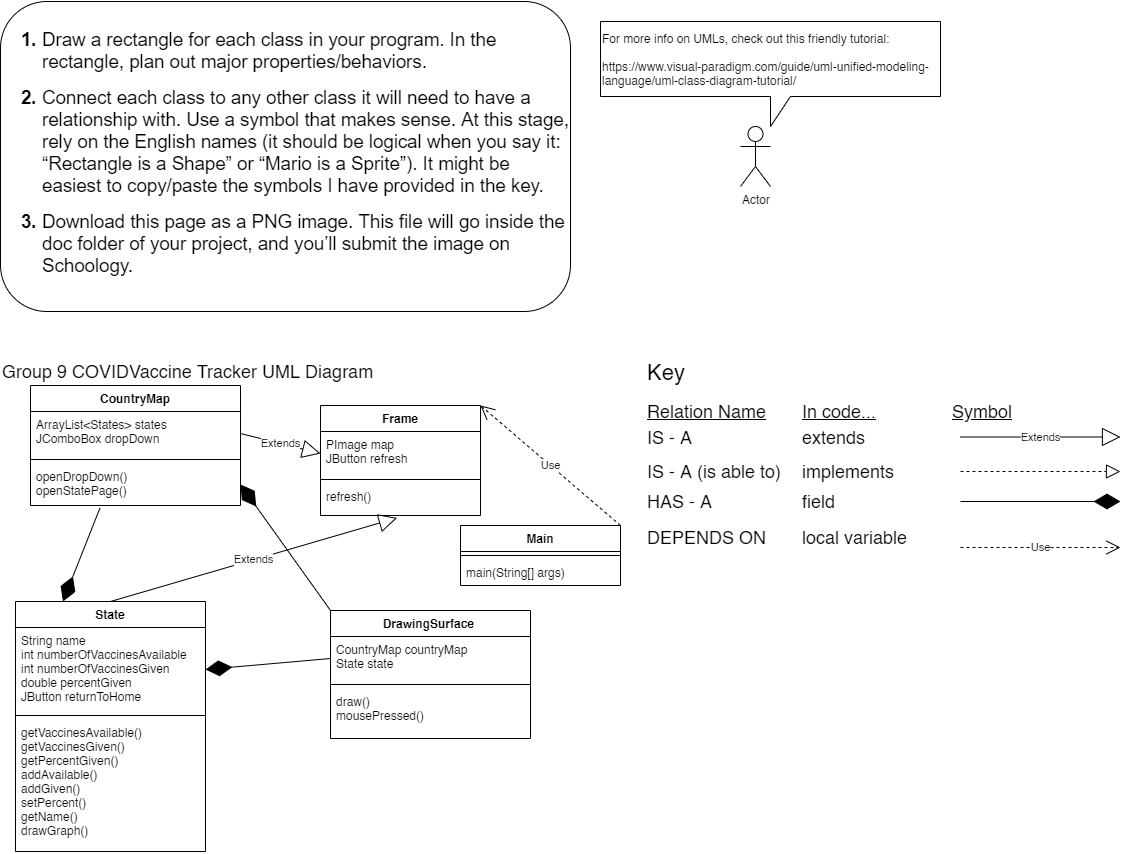
The draw.io diagram CapstoneCOVIDVaccineTrackerProject/doc/UML.png in HHSAPCompSci2020/capstone-project-group-9-nsr, before a commit. Source tidied: cells renumbered, new cells last; positions are measured from the earlier drawing's top-left corner, leaving out a move shared by most shapes.
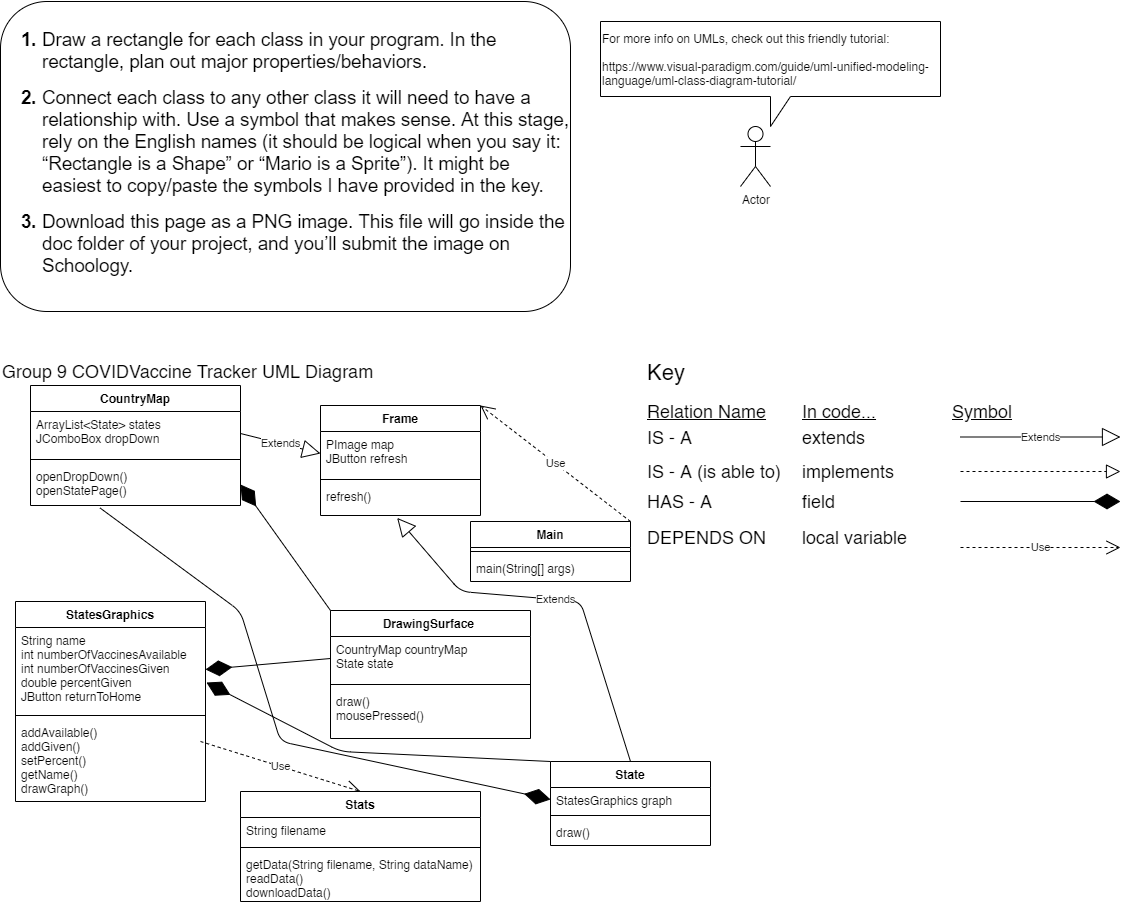
After the commit.

Commit message:
updated uml and state class

Diff of the diagram source:
```diff
@@ -74,7 +74,7 @@
     <mxCell id="22" value="CountryMap" style="swimlane;fontStyle=1;align=center;verticalAlign=top;horizontal=1;startSize=26;" parent="1" vertex="1">
       <mxGeometry x="30" y="384" width="210" height="120" as="geometry" />
     </mxCell>
-    <mxCell id="23" value="ArrayList&lt;States&gt; states&#10;JComboBox dropDown" style="text;strokeColor=none;fillColor=none;align=left;verticalAlign=top;spacingLeft=4;spacingRight=4;overflow=hidden;points=[[0,0.5],[1,0.5]];portConstraint=eastwest;" parent="22" vertex="1">
+    <mxCell id="23" value="ArrayList&lt;State&gt; states&#10;JComboBox dropDown" style="text;strokeColor=none;fillColor=none;align=left;verticalAlign=top;spacingLeft=4;spacingRight=4;overflow=hidden;points=[[0,0.5],[1,0.5]];portConstraint=eastwest;" parent="22" vertex="1">
       <mxGeometry y="26" width="210" height="44" as="geometry" />
     </mxCell>
     <mxCell id="24" style="line;strokeWidth=1;fillColor=none;align=left;verticalAlign=middle;spacingTop=-1;spacingLeft=3;spacingRight=3;labelPosition=right;" parent="22" vertex="1">
@@ -95,8 +95,8 @@
     <mxCell id="29" value="refresh()&#10;" style="text;strokeColor=none;fillColor=none;align=left;verticalAlign=top;spacingLeft=4;spacingRight=4;overflow=hidden;points=[[0,0.5],[1,0.5]];portConstraint=eastwest;" parent="26" vertex="1">
       <mxGeometry y="78" width="160" height="32" as="geometry" />
     </mxCell>
-    <mxCell id="30" value="State" style="swimlane;fontStyle=1;align=center;verticalAlign=top;horizontal=1;startSize=26;" parent="1" vertex="1">
-      <mxGeometry x="15" y="600" width="190" height="250" as="geometry" />
+    <mxCell id="30" value="StatesGraphics" style="swimlane;fontStyle=1;align=center;verticalAlign=top;horizontal=1;startSize=26;" parent="1" vertex="1">
+      <mxGeometry x="15" y="600" width="190" height="200" as="geometry" />
     </mxCell>
     <mxCell id="31" value="String name&#10;int numberOfVaccinesAvailable&#10;int numberOfVaccinesGiven&#10;double percentGiven&#10;JButton returnToHome" style="text;strokeColor=none;fillColor=none;align=left;verticalAlign=top;spacingLeft=4;spacingRight=4;overflow=hidden;points=[[0,0.5],[1,0.5]];portConstraint=eastwest;" parent="30" vertex="1">
       <mxGeometry y="26" width="190" height="84" as="geometry" />
@@ -104,14 +104,24 @@
     <mxCell id="32" style="line;strokeWidth=1;fillColor=none;align=left;verticalAlign=middle;spacingTop=-1;spacingLeft=3;spacingRight=3;labelPosition=right;" parent="30" vertex="1">
       <mxGeometry y="110" width="190" height="8" as="geometry" />
     </mxCell>
+    <mxCell id="47" value="Use" style="endArrow=open;endSize=12;dashed=1;html=1;entryX=0.5;entryY=0;entryDx=0;entryDy=0;" parent="30" edge="1" target="48">
+      <mxGeometry relative="1" as="geometry">
+        <mxPoint x="185" y="140" as="sourcePoint" />
+      </mxGeometry>
+    </mxCell>
-    <mxCell id="33" value="getVaccinesAvailable()&#10;getVaccinesGiven()&#10;getPercentGiven()&#10;addAvailable()&#10;addGiven()&#10;setPercent()&#10;getName()&#10;drawGraph()&#10;" style="text;strokeColor=none;fillColor=none;align=left;verticalAlign=top;spacingLeft=4;spacingRight=4;overflow=hidden;" parent="30" vertex="1">
-      <mxGeometry y="118" width="190" height="132" as="geometry" />
+    <mxCell id="33" value="addAvailable()&#10;addGiven()&#10;setPercent()&#10;getName()&#10;drawGraph()&#10;" style="text;strokeColor=none;fillColor=none;align=left;verticalAlign=top;spacingLeft=4;spacingRight=4;overflow=hidden;" parent="30" vertex="1">
+      <mxGeometry y="118" width="190" height="82" as="geometry" />
     </mxCell>
-    <mxCell id="34" style="endArrow=diamondThin;endFill=1;endSize=24;html=1;exitX=0.331;exitY=1.058;exitDx=0;exitDy=0;entryX=0.25;entryY=0;entryDx=0;entryDy=0;exitPerimeter=0;" parent="1" edge="1" source="25" target="30">
-      <mxGeometry relative="1" as="geometry" />
+    <mxCell id="34" style="endArrow=diamondThin;endFill=1;endSize=24;html=1;exitX=0.331;exitY=1.058;exitDx=0;exitDy=0;exitPerimeter=0;entryX=0;entryY=0.5;entryDx=0;entryDy=0;" parent="1" edge="1" source="25" target="53">
+      <mxGeometry relative="1" as="geometry">
+        <Array as="points">
+          <mxPoint x="240" y="610" />
+          <mxPoint x="280" y="740" />
+        </Array>
+      </mxGeometry>
     </mxCell>
     <mxCell id="35" value="Main" style="swimlane;fontStyle=1;align=center;verticalAlign=top;horizontal=1;startSize=26;" parent="1" vertex="1">
-      <mxGeometry x="460" y="524" width="160" height="60" as="geometry" />
+      <mxGeometry x="470" y="520" width="160" height="60" as="geometry" />
     </mxCell>
     <mxCell id="36" style="line;strokeWidth=1;fillColor=none;align=left;verticalAlign=middle;spacingTop=-1;spacingLeft=3;spacingRight=3;labelPosition=right;" parent="35" vertex="1">
       <mxGeometry y="26" width="160" height="8" as="geometry" />
@@ -122,8 +132,13 @@
     <mxCell id="38" value="Extends" style="endArrow=block;endSize=16;endFill=0;html=1;exitX=1;exitY=0.5;exitDx=0;exitDy=0;entryX=0;entryY=0.5;entryDx=0;entryDy=0;" parent="1" edge="1" source="23" target="27">
       <mxGeometry relative="1" as="geometry" />
     </mxCell>
-    <mxCell id="39" value="Extends" style="endArrow=block;endSize=16;endFill=0;html=1;exitX=0.5;exitY=0;exitDx=0;exitDy=0;entryX=0.479;entryY=1.075;entryDx=0;entryDy=0;entryPerimeter=0;" parent="1" edge="1" source="30" target="29">
-      <mxGeometry relative="1" as="geometry" />
+    <mxCell id="39" value="Extends" style="endArrow=block;endSize=16;endFill=0;html=1;exitX=0.5;exitY=0;exitDx=0;exitDy=0;entryX=0.479;entryY=1.075;entryDx=0;entryDy=0;entryPerimeter=0;" parent="1" edge="1" source="52" target="29">
+      <mxGeometry relative="1" as="geometry">
+        <Array as="points">
+          <mxPoint x="580" y="600" />
+          <mxPoint x="460" y="590" />
+        </Array>
+      </mxGeometry>
     </mxCell>
     <mxCell id="40" value="DrawingSurface " style="swimlane;fontStyle=1;align=center;verticalAlign=top;horizontal=1;startSize=26;" parent="1" vertex="1">
       <mxGeometry x="330" y="609" width="200" height="128" as="geometry" />
@@ -149,5 +164,36 @@
     <mxCell id="46" style="endArrow=diamondThin;endFill=1;endSize=24;html=1;exitX=0;exitY=0.5;exitDx=0;exitDy=0;entryX=1;entryY=0.5;entryDx=0;entryDy=0;" parent="1" edge="1" source="41" target="31">
       <mxGeometry relative="1" as="geometry" />
     </mxCell>
+    <mxCell id="48" value="Stats" style="swimlane;fontStyle=1;align=center;verticalAlign=top;horizontal=1;startSize=26;" parent="1" vertex="1">
+      <mxGeometry x="240" y="790" width="240" height="110" as="geometry" />
+    </mxCell>
+    <mxCell id="49" value="String filename" style="text;strokeColor=none;fillColor=none;align=left;verticalAlign=top;spacingLeft=4;spacingRight=4;overflow=hidden;" parent="48" vertex="1">
+      <mxGeometry y="26" width="240" height="26" as="geometry" />
+    </mxCell>
+    <mxCell id="50" style="line;strokeWidth=1;fillColor=none;align=left;verticalAlign=middle;spacingTop=-1;spacingLeft=3;spacingRight=3;labelPosition=right;" parent="48" vertex="1">
+      <mxGeometry y="52" width="240" height="8" as="geometry" />
+    </mxCell>
+    <mxCell id="51" value="getData(String filename, String dataName)&#10;readData()&#10;downloadData()" style="text;strokeColor=none;fillColor=none;align=left;verticalAlign=top;spacingLeft=4;spacingRight=4;overflow=hidden;" parent="48" vertex="1">
+      <mxGeometry y="60" width="240" height="50" as="geometry" />
+    </mxCell>
+    <mxCell id="52" value="State" style="swimlane;fontStyle=1;align=center;verticalAlign=top;horizontal=1;startSize=26;" parent="1" vertex="1">
+      <mxGeometry x="550" y="760" width="160" height="84" as="geometry" />
+    </mxCell>
+    <mxCell id="53" value="StatesGraphics graph" style="text;strokeColor=none;fillColor=none;align=left;verticalAlign=top;spacingLeft=4;spacingRight=4;overflow=hidden;points=[[0,0.5],[1,0.5]];portConstraint=eastwest;" parent="52" vertex="1">
+      <mxGeometry y="26" width="160" height="24" as="geometry" />
+    </mxCell>
+    <mxCell id="54" style="line;strokeWidth=1;fillColor=none;align=left;verticalAlign=middle;spacingTop=-1;spacingLeft=3;spacingRight=3;labelPosition=right;" parent="52" vertex="1">
+      <mxGeometry y="50" width="160" height="8" as="geometry" />
+    </mxCell>
+    <mxCell id="55" value="draw()" style="text;strokeColor=none;fillColor=none;align=left;verticalAlign=top;spacingLeft=4;spacingRight=4;overflow=hidden;" parent="52" vertex="1">
+      <mxGeometry y="58" width="160" height="26" as="geometry" />
+    </mxCell>
+    <mxCell id="56" style="endArrow=diamondThin;endFill=1;endSize=24;html=1;exitX=0;exitY=0;exitDx=0;exitDy=0;entryX=1.005;entryY=0.655;entryDx=0;entryDy=0;entryPerimeter=0;" parent="1" edge="1" source="52" target="31">
+      <mxGeometry relative="1" as="geometry">
+        <Array as="points">
+          <mxPoint x="340" y="750" />
+        </Array>
+      </mxGeometry>
+    </mxCell>
   </root>
 </mxGraphModel>
```
